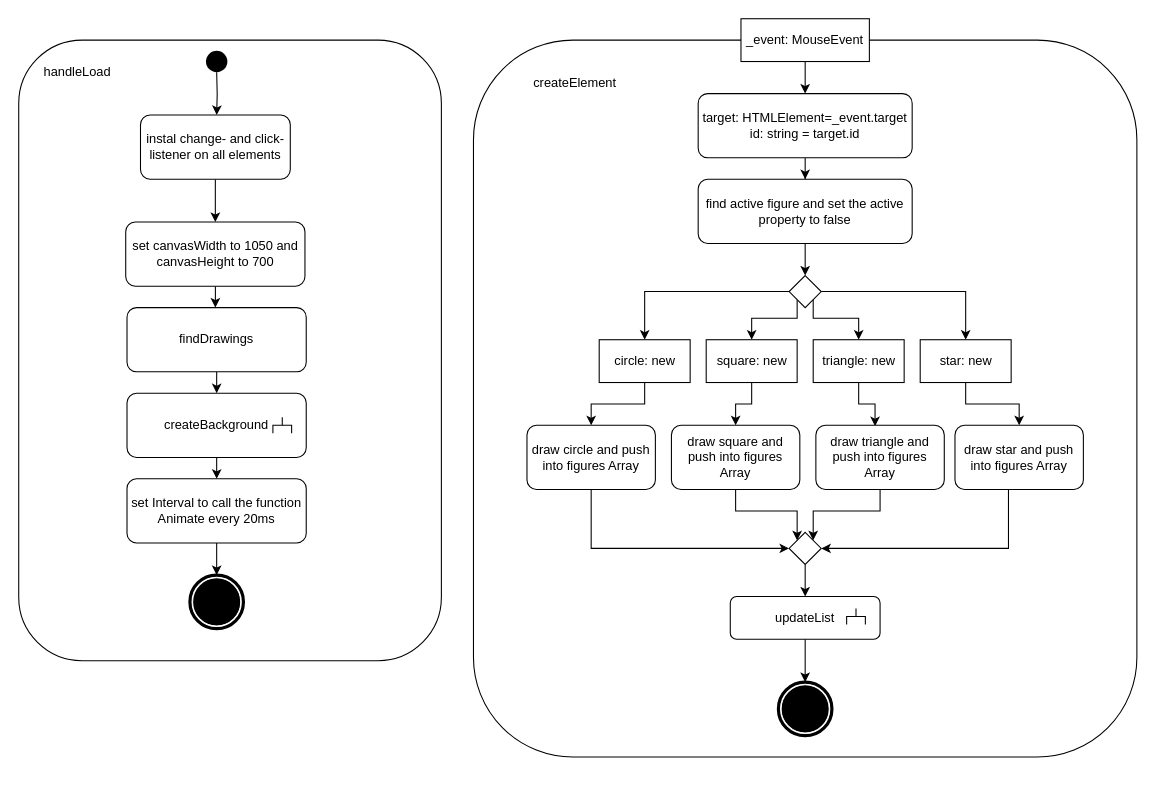
Majoo44/EIA2 keeps this draw.io diagram as page "Page-2" (2 of 4) of Endabgabe/Diagramme/ActivityDiagramMain.drawio. Above is the earlier version. Source tidied: cells renumbered, new cells numbered last; positions are measured from the earlier drawing's top-left corner, leaving out a move shared by most shapes. Both pictures are drawn from the tidied source at 107%, with x=0, y=0 at pixel (18, 18).
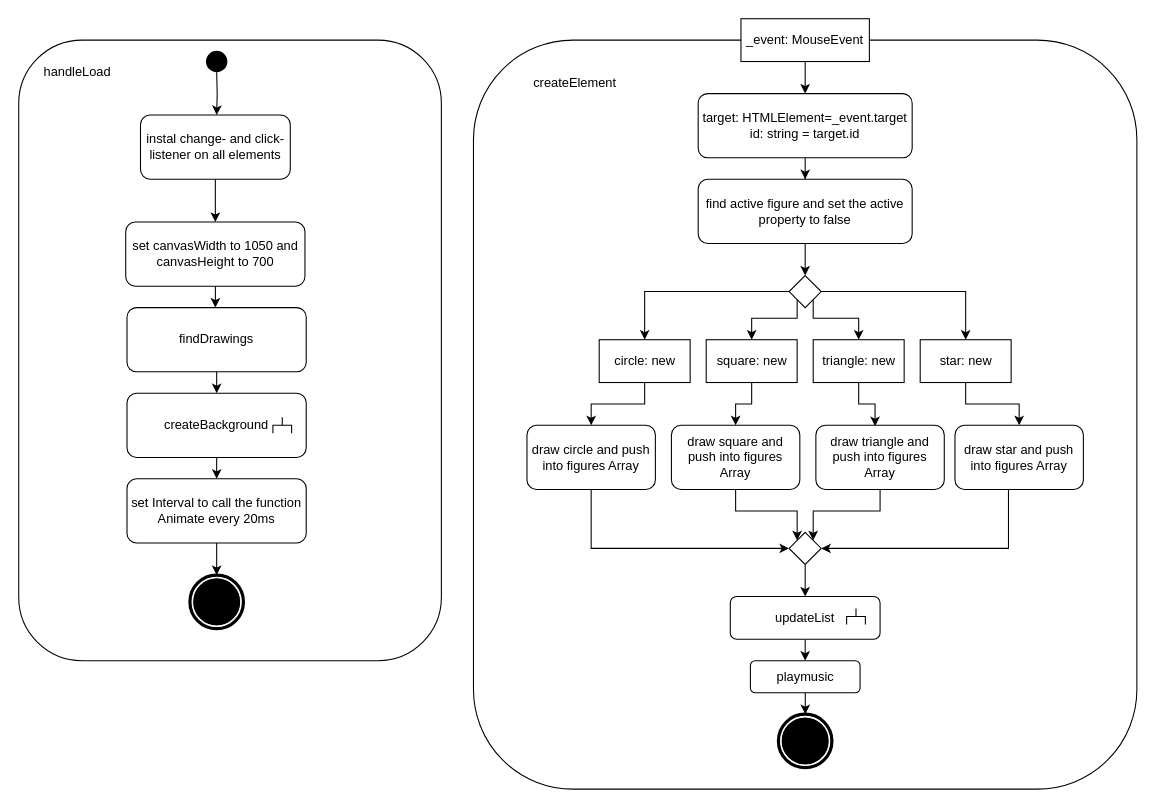
After the change.

The change refers to these unchanged cells:
```xml
<mxCell id="50" value="updateList" style="rounded=1;whiteSpace=wrap;html=1;" parent="1" vertex="1">
  <mxGeometry x="665" y="540" width="140" height="40" as="geometry" />
</mxCell>
```

The edit, as a diff of the source:
```diff
@@
     <mxCell id="2" style="rounded=1;whiteSpace=wrap;html=1;align=center;" parent="1" vertex="1">
-      <mxGeometry x="425" y="20" width="620" height="670" as="geometry" />
+      <mxGeometry x="425" y="20" width="620" height="700" as="geometry" />
     </mxCell>
@@
     <mxCell id="19" style="shape=mxgraph.bpmn.shape;html=1;verticalLabelPosition=bottom;labelBackgroundColor=#ffffff;verticalAlign=top;align=center;perimeter=ellipsePerimeter;outlineConnect=0;outline=end;symbol=terminate;" parent="1" vertex="1">
-      <mxGeometry x="710" y="620" width="50" height="50" as="geometry" />
+      <mxGeometry x="710" y="650" width="50" height="50" as="geometry" />
     </mxCell>
@@
-    <mxCell id="49" style="edgeStyle=orthogonalEdgeStyle;rounded=0;jettySize=auto;html=1;entryX=0.5;entryY=0;entryDx=0;entryDy=0;" parent="1" edge="1" source="50" target="19">
-      <mxGeometry relative="1" as="geometry" />
-    </mxCell>
+    <mxCell id="53" style="edgeStyle=orthogonalEdgeStyle;rounded=0;jettySize=auto;html=1;entryX=0.5;entryY=0;entryDx=0;entryDy=0;" parent="1" edge="1" source="50" target="55">
+      <mxGeometry relative="1" as="geometry" />
+    </mxCell>
@@
+    <mxCell id="54" style="edgeStyle=orthogonalEdgeStyle;rounded=0;jettySize=auto;html=1;" parent="1" edge="1" source="55" target="19">
+      <mxGeometry relative="1" as="geometry" />
+    </mxCell>
+    <mxCell id="55" value="playmusic" style="rounded=1;whiteSpace=wrap;html=1;" parent="1" vertex="1">
+      <mxGeometry x="683.8" y="600" width="102.5" height="30" as="geometry" />
+    </mxCell>
```
